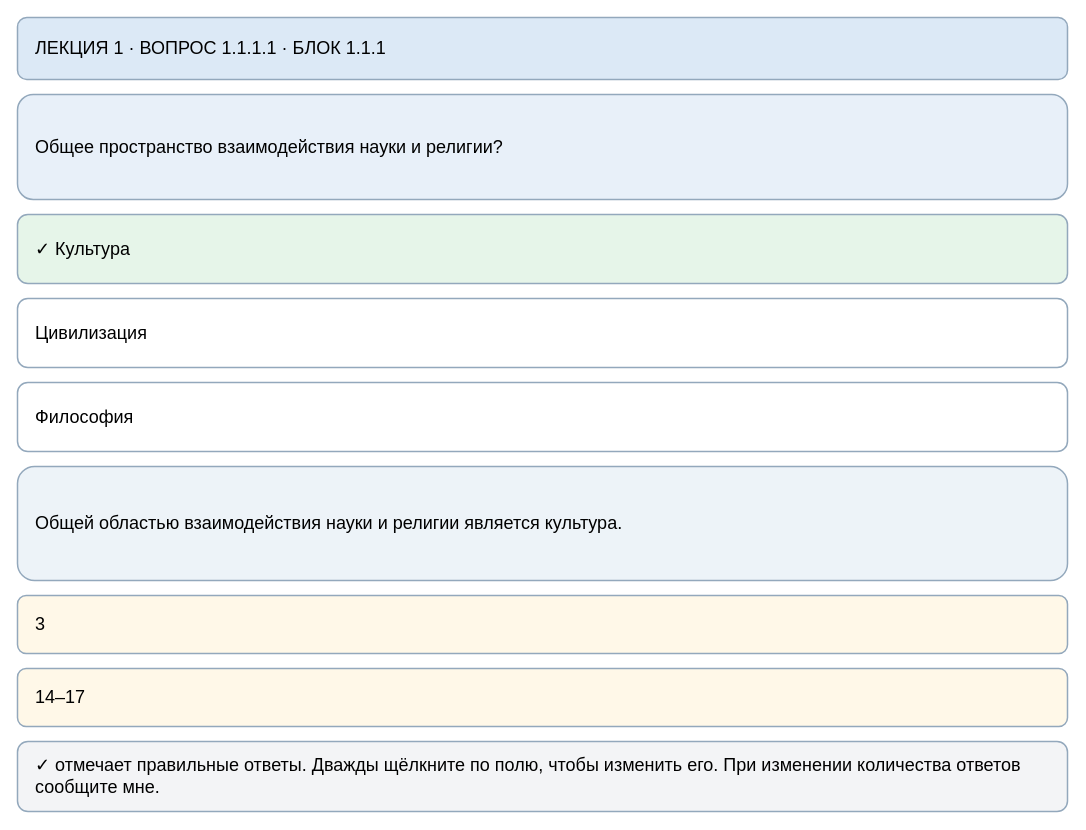
This is page "1.1.1.1" (1 of 36) of maps/lecture-01-test-editor.drawio from slobodatablichka/apologetika-test, a draw.io file, before an edit. Source tidied: cells renumbered, new cells numbered last; positions are measured from the earlier drawing's top-left corner, leaving out a move shared by most shapes. Both pictures are drawn from the tidied source at 100%, with x=0, y=0 at pixel (17, 17).
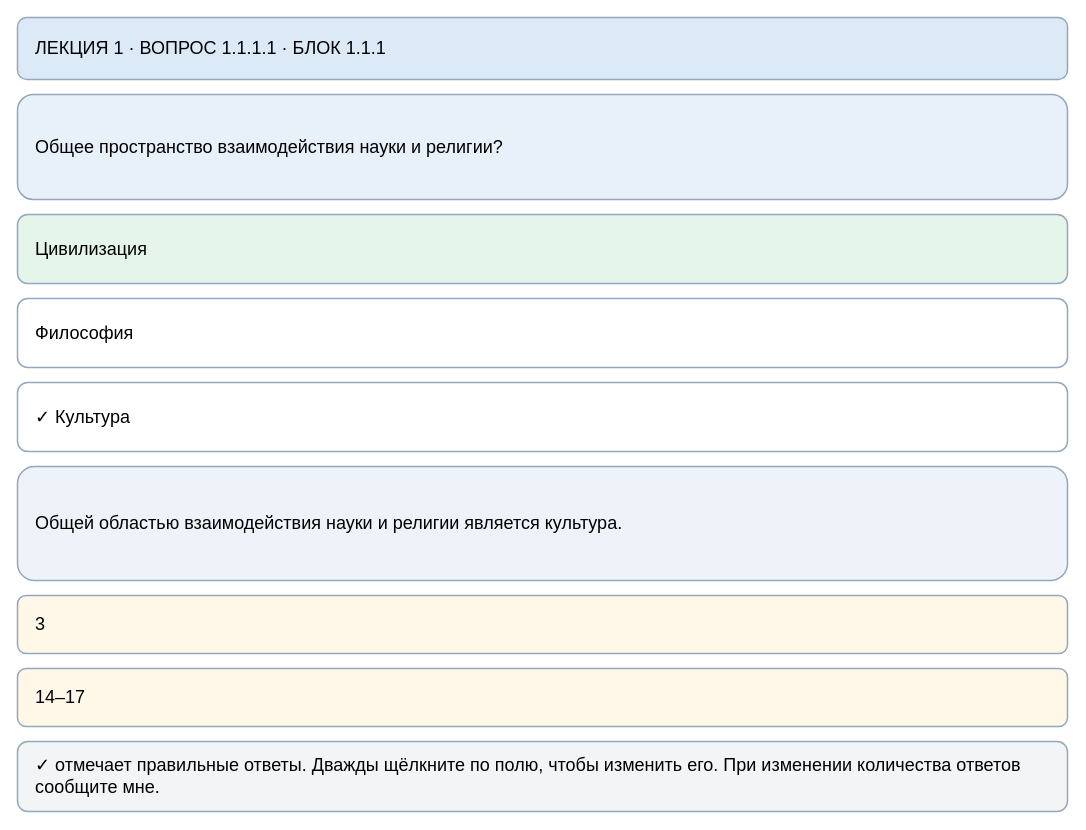
After the change.

Change to the diagram source:
```diff
@@
 <mxGraphModel>
   <root>
     <mxCell id="0" />
     <mxCell id="1" parent="0" />
     <mxCell id="2" value="ЛЕКЦИЯ 1 · ВОПРОС 1.1.1.1 · БЛОК 1.1.1" style="rounded=1;whiteSpace=wrap;html=1;align=left;verticalAlign=middle;spacingLeft=16;spacingRight=16;fontSize=18;fillColor=#dce9f6;strokeColor=#93a8bc;strokeWidth=1.5;" parent="1" vertex="1">
       <mxGeometry width="1050" height="62" as="geometry" />
     </mxCell>
     <mxCell id="3" value="Общее пространство взаимодействия науки и религии?" style="rounded=1;whiteSpace=wrap;html=1;align=left;verticalAlign=middle;spacingLeft=16;spacingRight=16;fontSize=18;fillColor=#e8f0f9;strokeColor=#93a8bc;strokeWidth=1.5;" parent="1" vertex="1">
       <mxGeometry y="77" width="1050" height="105" as="geometry" />
     </mxCell>
-    <mxCell id="4" value="✓ Культура" style="rounded=1;whiteSpace=wrap;html=1;align=left;verticalAlign=middle;spacingLeft=16;spacingRight=16;fontSize=18;fillColor=#e6f5e9;strokeColor=#93a8bc;strokeWidth=1.5;" parent="1" vertex="1">
+    <mxCell id="4" value="Цивилизация" style="rounded=1;whiteSpace=wrap;html=1;align=left;verticalAlign=middle;spacingLeft=16;spacingRight=16;fontSize=18;fillColor=#e6f5e9;strokeColor=#93a8bc;strokeWidth=1.5;" parent="1" vertex="1">
       <mxGeometry y="197" width="1050" height="69" as="geometry" />
     </mxCell>
-    <mxCell id="5" value="Цивилизация" style="rounded=1;whiteSpace=wrap;html=1;align=left;verticalAlign=middle;spacingLeft=16;spacingRight=16;fontSize=18;fillColor=#ffffff;strokeColor=#93a8bc;strokeWidth=1.5;" parent="1" vertex="1">
+    <mxCell id="5" value="Философия" style="rounded=1;whiteSpace=wrap;html=1;align=left;verticalAlign=middle;spacingLeft=16;spacingRight=16;fontSize=18;fillColor=#ffffff;strokeColor=#93a8bc;strokeWidth=1.5;" parent="1" vertex="1">
       <mxGeometry y="281" width="1050" height="69" as="geometry" />
     </mxCell>
-    <mxCell id="6" value="Философия" style="rounded=1;whiteSpace=wrap;html=1;align=left;verticalAlign=middle;spacingLeft=16;spacingRight=16;fontSize=18;fillColor=#ffffff;strokeColor=#93a8bc;strokeWidth=1.5;" parent="1" vertex="1">
+    <mxCell id="6" value="✓ Культура" style="rounded=1;whiteSpace=wrap;html=1;align=left;verticalAlign=middle;spacingLeft=16;spacingRight=16;fontSize=18;fillColor=#ffffff;strokeColor=#93a8bc;strokeWidth=1.5;" parent="1" vertex="1">
       <mxGeometry y="365" width="1050" height="69" as="geometry" />
     </mxCell>
     <mxCell id="7" value="Общей областью взаимодействия науки и религии является культура." style="rounded=1;whiteSpace=wrap;html=1;align=left;verticalAlign=middle;spacingLeft=16;spacingRight=16;fontSize=18;fillColor=#edf3f8;strokeColor=#93a8bc;strokeWidth=1.5;" parent="1" vertex="1">
       <mxGeometry y="449" width="1050" height="114" as="geometry" />
     </mxCell>
     <mxCell id="8" value="3" style="rounded=1;whiteSpace=wrap;html=1;align=left;verticalAlign=middle;spacingLeft=16;spacingRight=16;fontSize=18;fillColor=#fff8e8;strokeColor=#93a8bc;strokeWidth=1.5;" parent="1" vertex="1">
       <mxGeometry y="578" width="1050" height="58" as="geometry" />
     </mxCell>
     <mxCell id="9" value="14–17" style="rounded=1;whiteSpace=wrap;html=1;align=left;verticalAlign=middle;spacingLeft=16;spacingRight=16;fontSize=18;fillColor=#fff8e8;strokeColor=#93a8bc;strokeWidth=1.5;" parent="1" vertex="1">
       <mxGeometry y="651" width="1050" height="58" as="geometry" />
     </mxCell>
     <mxCell id="10" value="✓ отмечает правильные ответы. Дважды щёлкните по полю, чтобы изменить его. При изменении количества ответов сообщите мне." style="rounded=1;whiteSpace=wrap;html=1;align=left;verticalAlign=middle;spacingLeft=16;spacingRight=16;fontSize=18;fillColor=#f3f4f6;strokeColor=#93a8bc;strokeWidth=1.5;" parent="1" vertex="1">
       <mxGeometry y="724" width="1050" height="70" as="geometry" />
     </mxCell>
   </root>
 </mxGraphModel>
```
